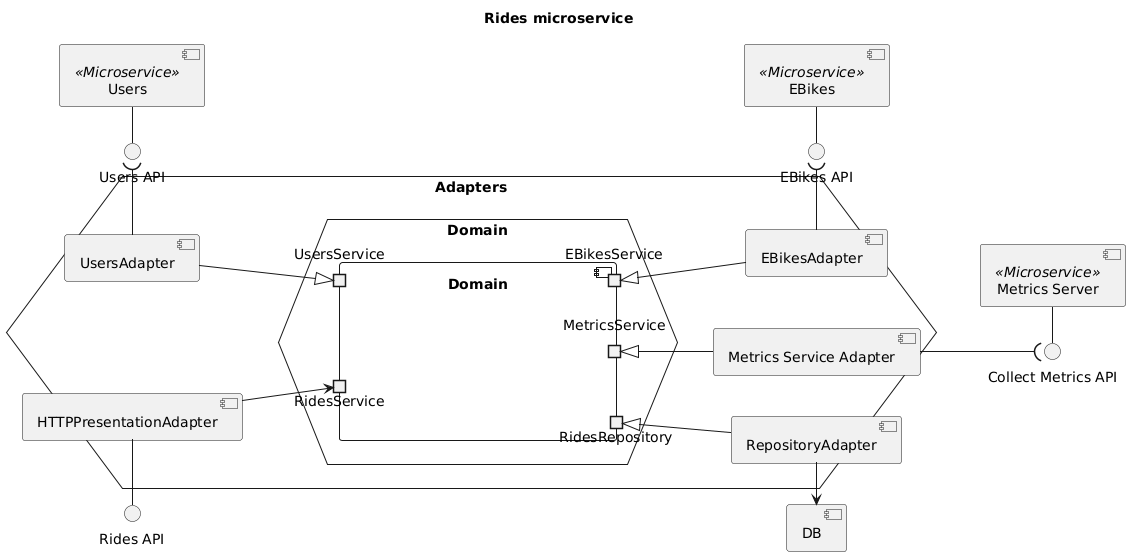
This is doc/diagrams/rides-components.png from Ventus218/SAP-assignment-02, a PlantUML export, as it was before one commit.
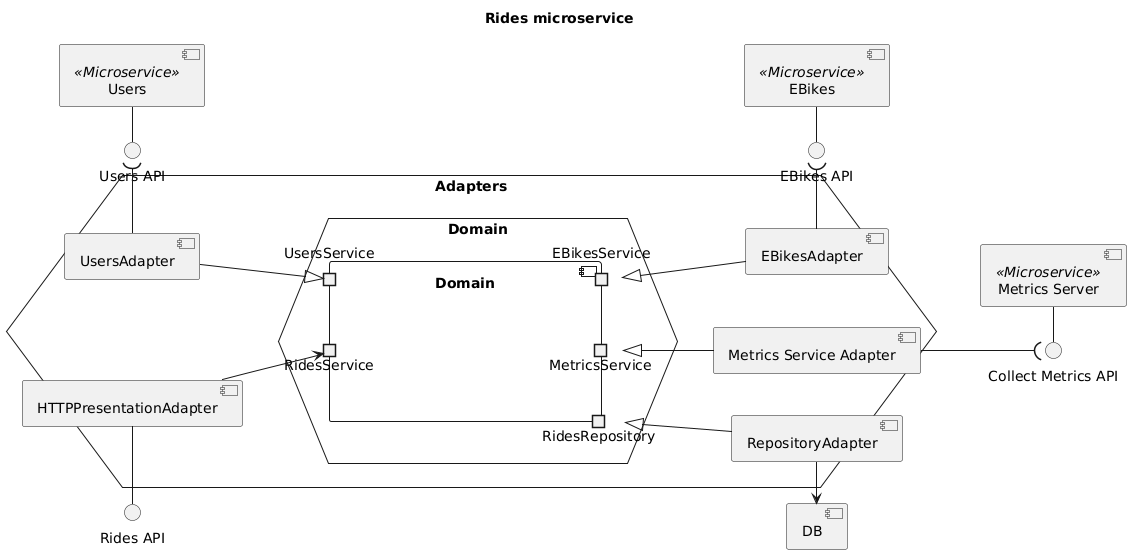
The same file after the commit.

The edit, as a diff of the source:
```diff
@@ -13,9 +13,9 @@
 hexagon Adapters {
     hexagon Domain as DomainHex {
         component Domain {
+            portin UsersService
+            portin RidesService
             portout "RidesRepository" as Repo
-            portin RidesService
-            portin UsersService
             portout MetricsService
             portout EBikesService
         }
@@ -33,13 +33,13 @@
     EBikesAdapter -r-( EBikesAPI
     EBikesAdapter -u-|> EBikesService
 
+    component "HTTPPresentationAdapter" as HTTPAdapter
+    HTTPAdapter -l-() RidesAPI
+    HTTPAdapter -d-> RidesService
+
     component UsersAdapter
     UsersAdapter -r-( UsersAPI
     UsersAdapter -d-|> UsersService
-
-    component "HTTPPresentationAdapter" as HTTPAdapter
-    HTTPAdapter -l-() RidesAPI
-    HTTPAdapter -d-> RidesService
 }
 
 component "EBikes" as EBikes <<Microservice>>
```
